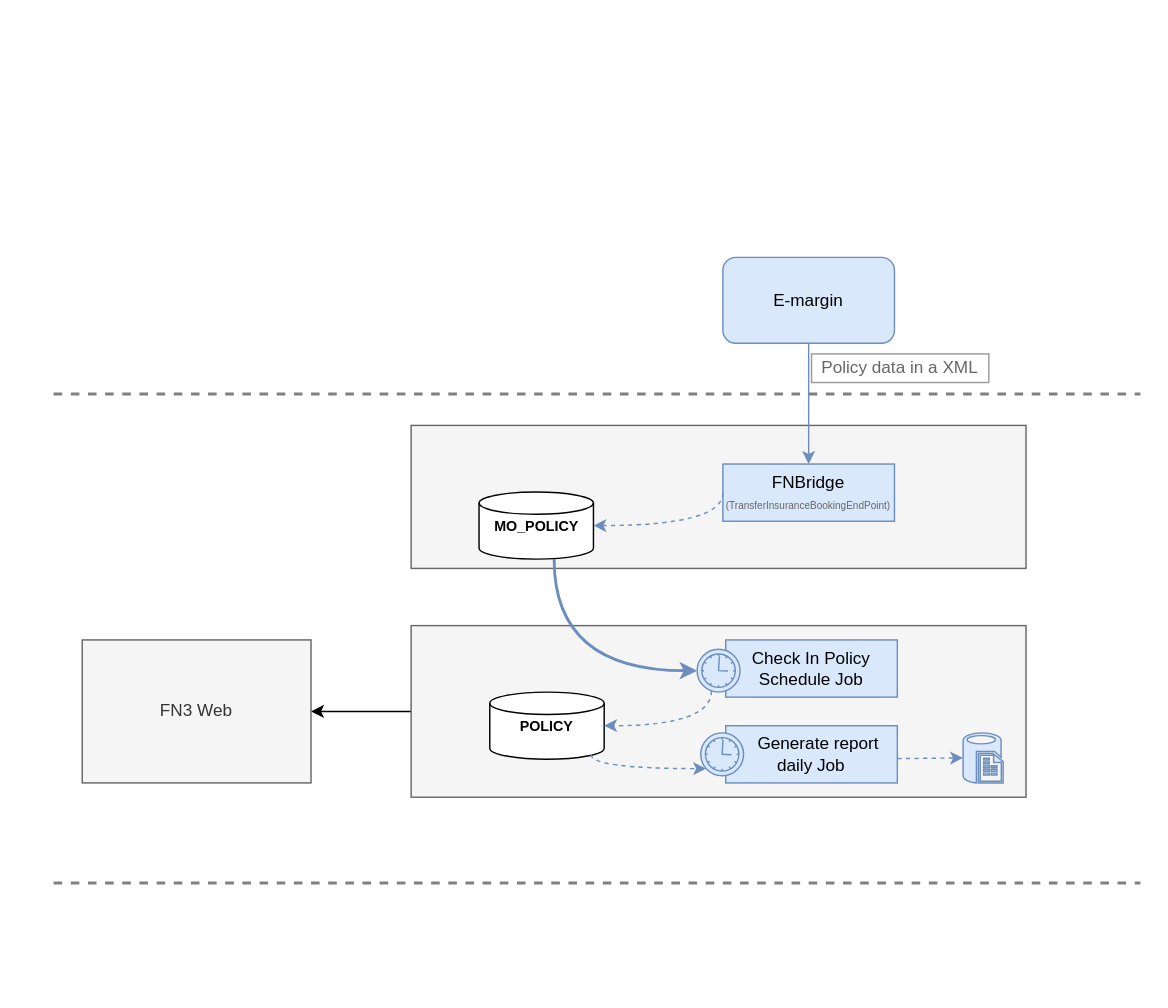
phatcharalaw/my-doc keeps this draw.io diagram as eMargin.drawio. Above is the earlier version. Source tidied: cells renumbered, new cells numbered last; positions are measured from the earlier drawing's top-left corner, leaving out a move shared by most shapes. Both pictures are drawn from the tidied source at 143%, with x=0, y=0 at pixel (53, 256).
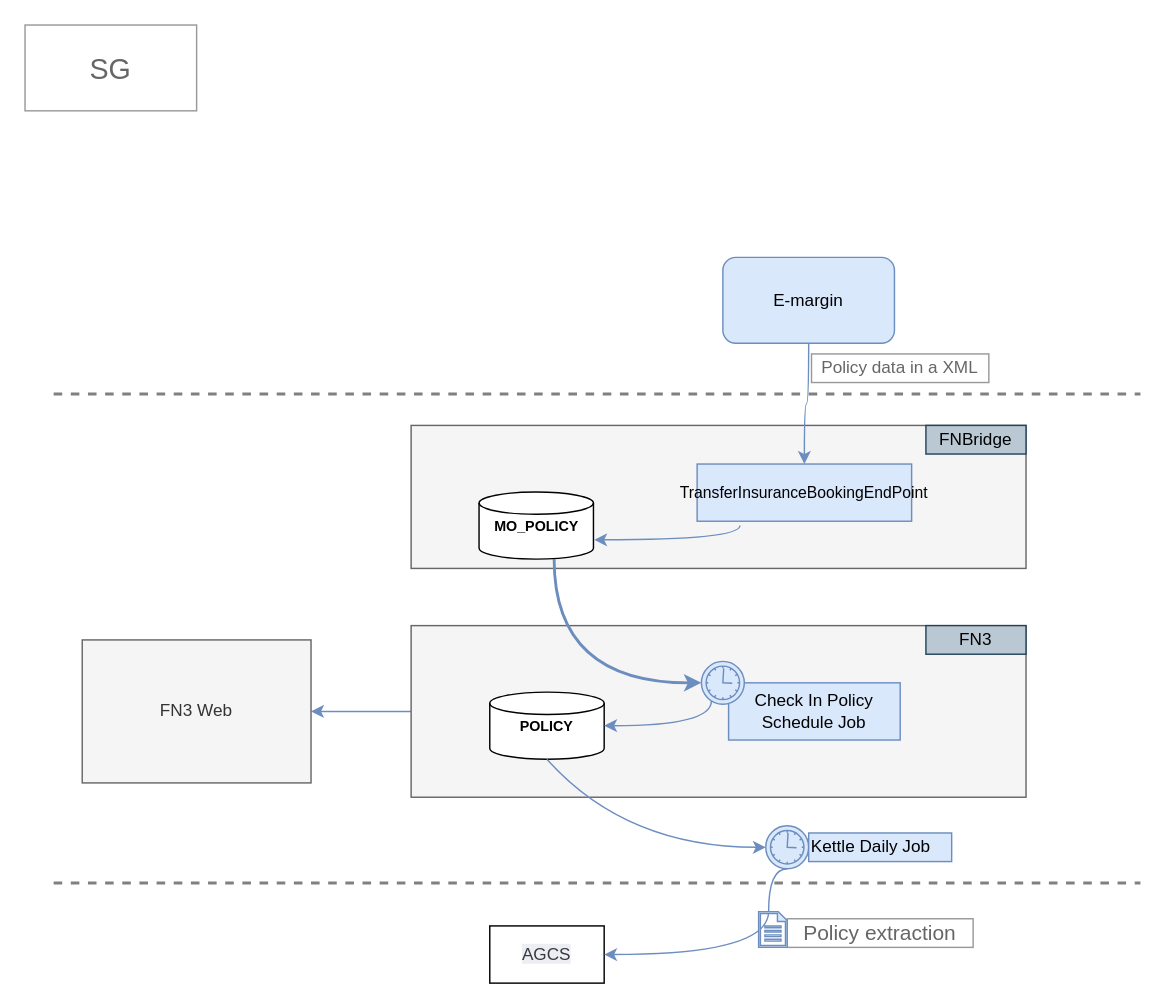
Above is the later version.

The change refers to these unchanged cells:
```xml
<mxCell id="3" style="rounded=0;whiteSpace=wrap;html=1;strokeColor=#666666;fillColor=#f5f5f5;fontColor=#333333;" parent="1" vertex="1">
  <mxGeometry x="250" y="258" width="430" height="120" as="geometry" />
</mxCell>
<mxCell id="13" value="MO_POLICY" style="strokeWidth=1;html=1;shape=mxgraph.flowchart.database;whiteSpace=wrap;fontSize=10;fontStyle=1;" parent="1" vertex="1">
  <mxGeometry x="297.5" y="164.5" width="80" height="47" as="geometry" />
</mxCell>
<mxCell id="14" value="POLICY" style="strokeWidth=1;html=1;shape=mxgraph.flowchart.database;whiteSpace=wrap;fontSize=10;fontStyle=1;" parent="1" vertex="1">
  <mxGeometry x="305" y="304.5" width="80" height="47" as="geometry" />
</mxCell>
<mxCell id="22" value="FN3 Web" style="rounded=0;whiteSpace=wrap;html=1;strokeColor=#666666;fillColor=#f5f5f5;fontColor=#333333;" parent="1" vertex="1">
  <mxGeometry x="20" y="268" width="160" height="100" as="geometry" />
</mxCell>
```

What changed in the source:
```diff
@@
+    <mxCell id="24" value="&lt;span style=&quot;font-size: 11.0pt ; line-height: 115% ; font-family: &amp;#34;calibri&amp;#34; , &amp;#34;sans-serif&amp;#34;&quot;&gt;Policy extraction&lt;/span&gt;" style="rounded=0;whiteSpace=wrap;html=1;fontColor=#666666;strokeColor=#999999;" parent="1" vertex="1">
+      <mxGeometry x="513" y="463" width="130" height="20" as="geometry" />
+    </mxCell>
-    <mxCell id="2" style="edgeStyle=orthogonalEdgeStyle;rounded=0;jettySize=auto;html=1;" parent="1" edge="1" source="3" target="22">
+    <mxCell id="2" style="edgeStyle=orthogonalEdgeStyle;rounded=0;jettySize=auto;html=1;fillColor=#dae8fc;strokeColor=#6c8ebf;" parent="1" edge="1" source="3" target="22">
       <mxGeometry relative="1" as="geometry" />
     </mxCell>
@@
-    <mxCell id="9" value="FNBridge&lt;br&gt;&lt;font style=&quot;font-size: 7px&quot; color=&quot;#666666&quot;&gt;(&lt;span&gt;TransferInsuranceBookingEndPoint&lt;/span&gt;&lt;span&gt;)&lt;/span&gt;&lt;/font&gt;&lt;br&gt;" style="rounded=0;whiteSpace=wrap;html=1;fillColor=#dae8fc;strokeColor=#6c8ebf;" parent="1" vertex="1">
-      <mxGeometry x="468" y="145" width="120" height="40" as="geometry" />
+    <mxCell id="9" value="&lt;font style=&quot;font-size: 11px&quot;&gt;&lt;span&gt;TransferInsuranceBookingEndPoint&lt;/span&gt;&lt;/font&gt;" style="rounded=0;whiteSpace=wrap;html=1;fillColor=#dae8fc;strokeColor=#6c8ebf;align=center;fontColor=#000000;" parent="1" vertex="1">
+      <mxGeometry x="450" y="145" width="150" height="40" as="geometry" />
     </mxCell>
     <mxCell id="10" value="Check In Policy Schedule Job" style="rounded=0;whiteSpace=wrap;html=1;fillColor=#dae8fc;strokeColor=#6c8ebf;" parent="1" vertex="1">
-      <mxGeometry x="470" y="268" width="120" height="40" as="geometry" />
+      <mxGeometry x="472" y="298" width="120" height="40" as="geometry" />
     </mxCell>
     <mxCell id="11" style="shape=mxgraph.bpmn.shape;html=1;verticalLabelPosition=bottom;labelBackgroundColor=#ffffff;verticalAlign=top;align=center;perimeter=ellipsePerimeter;outlineConnect=0;outline=standard;symbol=timer;fillColor=#dae8fc;strokeColor=#6c8ebf;" parent="1" vertex="1">
-      <mxGeometry x="450" y="274.5" width="30" height="30" as="geometry" />
+      <mxGeometry x="453" y="283" width="30" height="30" as="geometry" />
     </mxCell>
     <mxCell id="12" style="edgeStyle=orthogonalEdgeStyle;curved=1;rounded=0;jettySize=auto;html=1;fillColor=#dae8fc;strokeColor=#6c8ebf;entryX=0;entryY=0.5;entryDx=0;entryDy=0;strokeWidth=2;" parent="1" edge="1" source="13" target="11">
       <mxGeometry relative="1" as="geometry">
         <Array as="points">
-          <mxPoint x="350" y="289" />
+          <mxPoint x="350" y="298" />
         </Array>
       </mxGeometry>
     </mxCell>
@@
-    <mxCell id="15" style="endArrow=classic;html=1;entryX=1;entryY=0.5;entryDx=0;entryDy=0;entryPerimeter=0;exitX=0;exitY=0.5;exitDx=0;exitDy=0;edgeStyle=orthogonalEdgeStyle;curved=1;fillColor=#dae8fc;strokeColor=#6c8ebf;dashed=1;" parent="1" edge="1" source="9" target="13">
+    <mxCell id="15" style="endArrow=classic;html=1;edgeStyle=orthogonalEdgeStyle;curved=1;fillColor=#dae8fc;strokeColor=#6c8ebf;" parent="1" edge="1">
       <mxGeometry relative="1" as="geometry">
+        <mxPoint x="480" y="188" as="sourcePoint" />
+        <mxPoint x="378" y="198" as="targetPoint" />
         <Array as="points">
-          <mxPoint x="468" y="188" />
+          <mxPoint x="480" y="198" />
+          <mxPoint x="378" y="198" />
         </Array>
       </mxGeometry>
     </mxCell>
-    <mxCell id="16" style="endArrow=classic;html=1;entryX=1;entryY=0.5;entryDx=0;entryDy=0;entryPerimeter=0;edgeStyle=orthogonalEdgeStyle;curved=1;fillColor=#dae8fc;strokeColor=#6c8ebf;dashed=1;" parent="1" edge="1" source="11" target="14">
+    <mxCell id="16" style="endArrow=classic;html=1;entryX=1;entryY=0.5;entryDx=0;entryDy=0;entryPerimeter=0;edgeStyle=orthogonalEdgeStyle;curved=1;fillColor=#dae8fc;strokeColor=#6c8ebf;" parent="1" edge="1" source="11" target="14">
       <mxGeometry relative="1" as="geometry">
         <Array as="points">
           <mxPoint x="460" y="328" />
         </Array>
       </mxGeometry>
     </mxCell>
-    <mxCell id="17" value="&amp;nbsp; &amp;nbsp;Generate report daily Job" style="rounded=0;whiteSpace=wrap;html=1;fillColor=#dae8fc;strokeColor=#6c8ebf;" parent="1" vertex="1">
-      <mxGeometry x="470" y="328" width="120" height="40" as="geometry" />
-    </mxCell>
-    <mxCell id="18" style="endArrow=classic;html=1;exitX=0.883;exitY=0.925;exitDx=0;exitDy=0;exitPerimeter=0;edgeStyle=orthogonalEdgeStyle;curved=1;dashed=1;fillColor=#dae8fc;strokeColor=#6c8ebf;" parent="1" edge="1" source="14" target="19">
-      <mxGeometry relative="1" as="geometry">
-        <Array as="points">
-          <mxPoint x="376" y="358" />
-        </Array>
-      </mxGeometry>
-    </mxCell>
-    <mxCell id="19" style="shape=mxgraph.bpmn.shape;html=1;verticalLabelPosition=bottom;labelBackgroundColor=#ffffff;verticalAlign=top;align=center;perimeter=ellipsePerimeter;outlineConnect=0;outline=standard;symbol=timer;fillColor=#dae8fc;strokeColor=#6c8ebf;" parent="1" vertex="1">
-      <mxGeometry x="452.5" y="333" width="30" height="30" as="geometry" />
-    </mxCell>
-    <mxCell id="20" style="verticalLabelPosition=bottom;html=1;verticalAlign=top;align=center;strokeColor=#6c8ebf;fillColor=#dae8fc;shape=mxgraph.azure.sql_reporting;" parent="1" vertex="1">
-      <mxGeometry x="636" y="333" width="28" height="35" as="geometry" />
-    </mxCell>
-    <mxCell id="21" style="endArrow=classic;html=1;dashed=1;entryX=0;entryY=0.5;entryDx=0;entryDy=0;entryPerimeter=0;fillColor=#dae8fc;strokeColor=#6c8ebf;" parent="1" edge="1" target="20">
-      <mxGeometry relative="1" as="geometry">
-        <mxPoint x="590" y="351" as="sourcePoint" />
-      </mxGeometry>
-    </mxCell>
@@
+    <mxCell id="25" value="&lt;span style=&quot;color: rgb(54 , 57 , 61) ; font-family: &amp;#34;arimo&amp;#34; , &amp;#34;tahoma&amp;#34; , , &amp;#34;nanumgothic&amp;#34; , , &amp;#34;맑은 고딕&amp;#34; , &amp;#34;malgun gothic&amp;#34; , &amp;#34;맑은 고딕&amp;#34; , , &amp;#34;dotum&amp;#34; , , sans-serif ; background-color: rgb(236 , 238 , 243)&quot;&gt;AGCS&lt;/span&gt;" style="rounded=0;whiteSpace=wrap;html=1;strokeWidth=1;" parent="1" vertex="1">
+      <mxGeometry x="305" y="468" width="80" height="40" as="geometry" />
+    </mxCell>
+    <mxCell id="26" style="edgeStyle=orthogonalEdgeStyle;curved=1;rounded=0;jettySize=auto;html=1;entryX=1;entryY=0.5;entryDx=0;entryDy=0;fillColor=#dae8fc;strokeColor=#6c8ebf;exitX=0.5;exitY=1;exitDx=0;exitDy=0;" parent="1" edge="1" source="27" target="25">
+      <mxGeometry relative="1" as="geometry">
+        <Array as="points">
+          <mxPoint x="500" y="428" />
+          <mxPoint x="500" y="488" />
+        </Array>
+      </mxGeometry>
+    </mxCell>
+    <mxCell id="27" style="shape=mxgraph.bpmn.shape;html=1;verticalLabelPosition=bottom;labelBackgroundColor=#ffffff;verticalAlign=top;align=center;perimeter=ellipsePerimeter;outlineConnect=0;outline=standard;symbol=timer;fillColor=#dae8fc;strokeColor=#6c8ebf;" parent="1" vertex="1">
+      <mxGeometry x="498" y="398" width="30" height="30" as="geometry" />
+    </mxCell>
+    <mxCell id="28" value="Kettle Daily Job" style="text;html=1;align=left;verticalAlign=top;spacingTop=-4;fillColor=#dae8fc;strokeColor=#6c8ebf;" parent="1" vertex="1">
+      <mxGeometry x="528" y="403" width="100" height="20" as="geometry" />
+    </mxCell>
+    <mxCell id="29" style="shadow=0;dashed=0;html=1;strokeColor=#6c8ebf;labelPosition=center;verticalLabelPosition=bottom;verticalAlign=top;align=center;shape=mxgraph.mscae.enterprise.document;fillColor=#dae8fc;" parent="1" vertex="1">
+      <mxGeometry x="493" y="458" width="20" height="25" as="geometry" />
+    </mxCell>
+    <mxCell id="30" style="endArrow=classic;html=1;fontColor=#666666;entryX=0;entryY=0.5;entryDx=0;entryDy=0;exitX=0.5;exitY=1;exitDx=0;exitDy=0;curved=1;fillColor=#dae8fc;strokeColor=#6c8ebf;exitPerimeter=0;" parent="1" edge="1" source="14" target="27">
+      <mxGeometry relative="1" as="geometry">
+        <Array as="points">
+          <mxPoint x="400" y="413" />
+        </Array>
+      </mxGeometry>
+    </mxCell>
+    <mxCell id="31" value="SG" style="rounded=0;whiteSpace=wrap;html=1;strokeColor=#999999;fontColor=#666666;fontSize=20;" parent="1" vertex="1">
+      <mxGeometry x="-20" y="-162" width="120" height="60" as="geometry" />
+    </mxCell>
+    <mxCell id="32" value="FNBridge" style="rounded=0;whiteSpace=wrap;html=1;fillColor=#bac8d3;strokeColor=#23445d;" parent="1" vertex="1">
+      <mxGeometry x="610" y="118" width="70" height="20" as="geometry" />
+    </mxCell>
+    <mxCell id="33" value="FN3" style="rounded=0;whiteSpace=wrap;html=1;fillColor=#bac8d3;strokeColor=#23445d;" parent="1" vertex="1">
+      <mxGeometry x="610" y="258" width="70" height="20" as="geometry" />
+    </mxCell>
```
